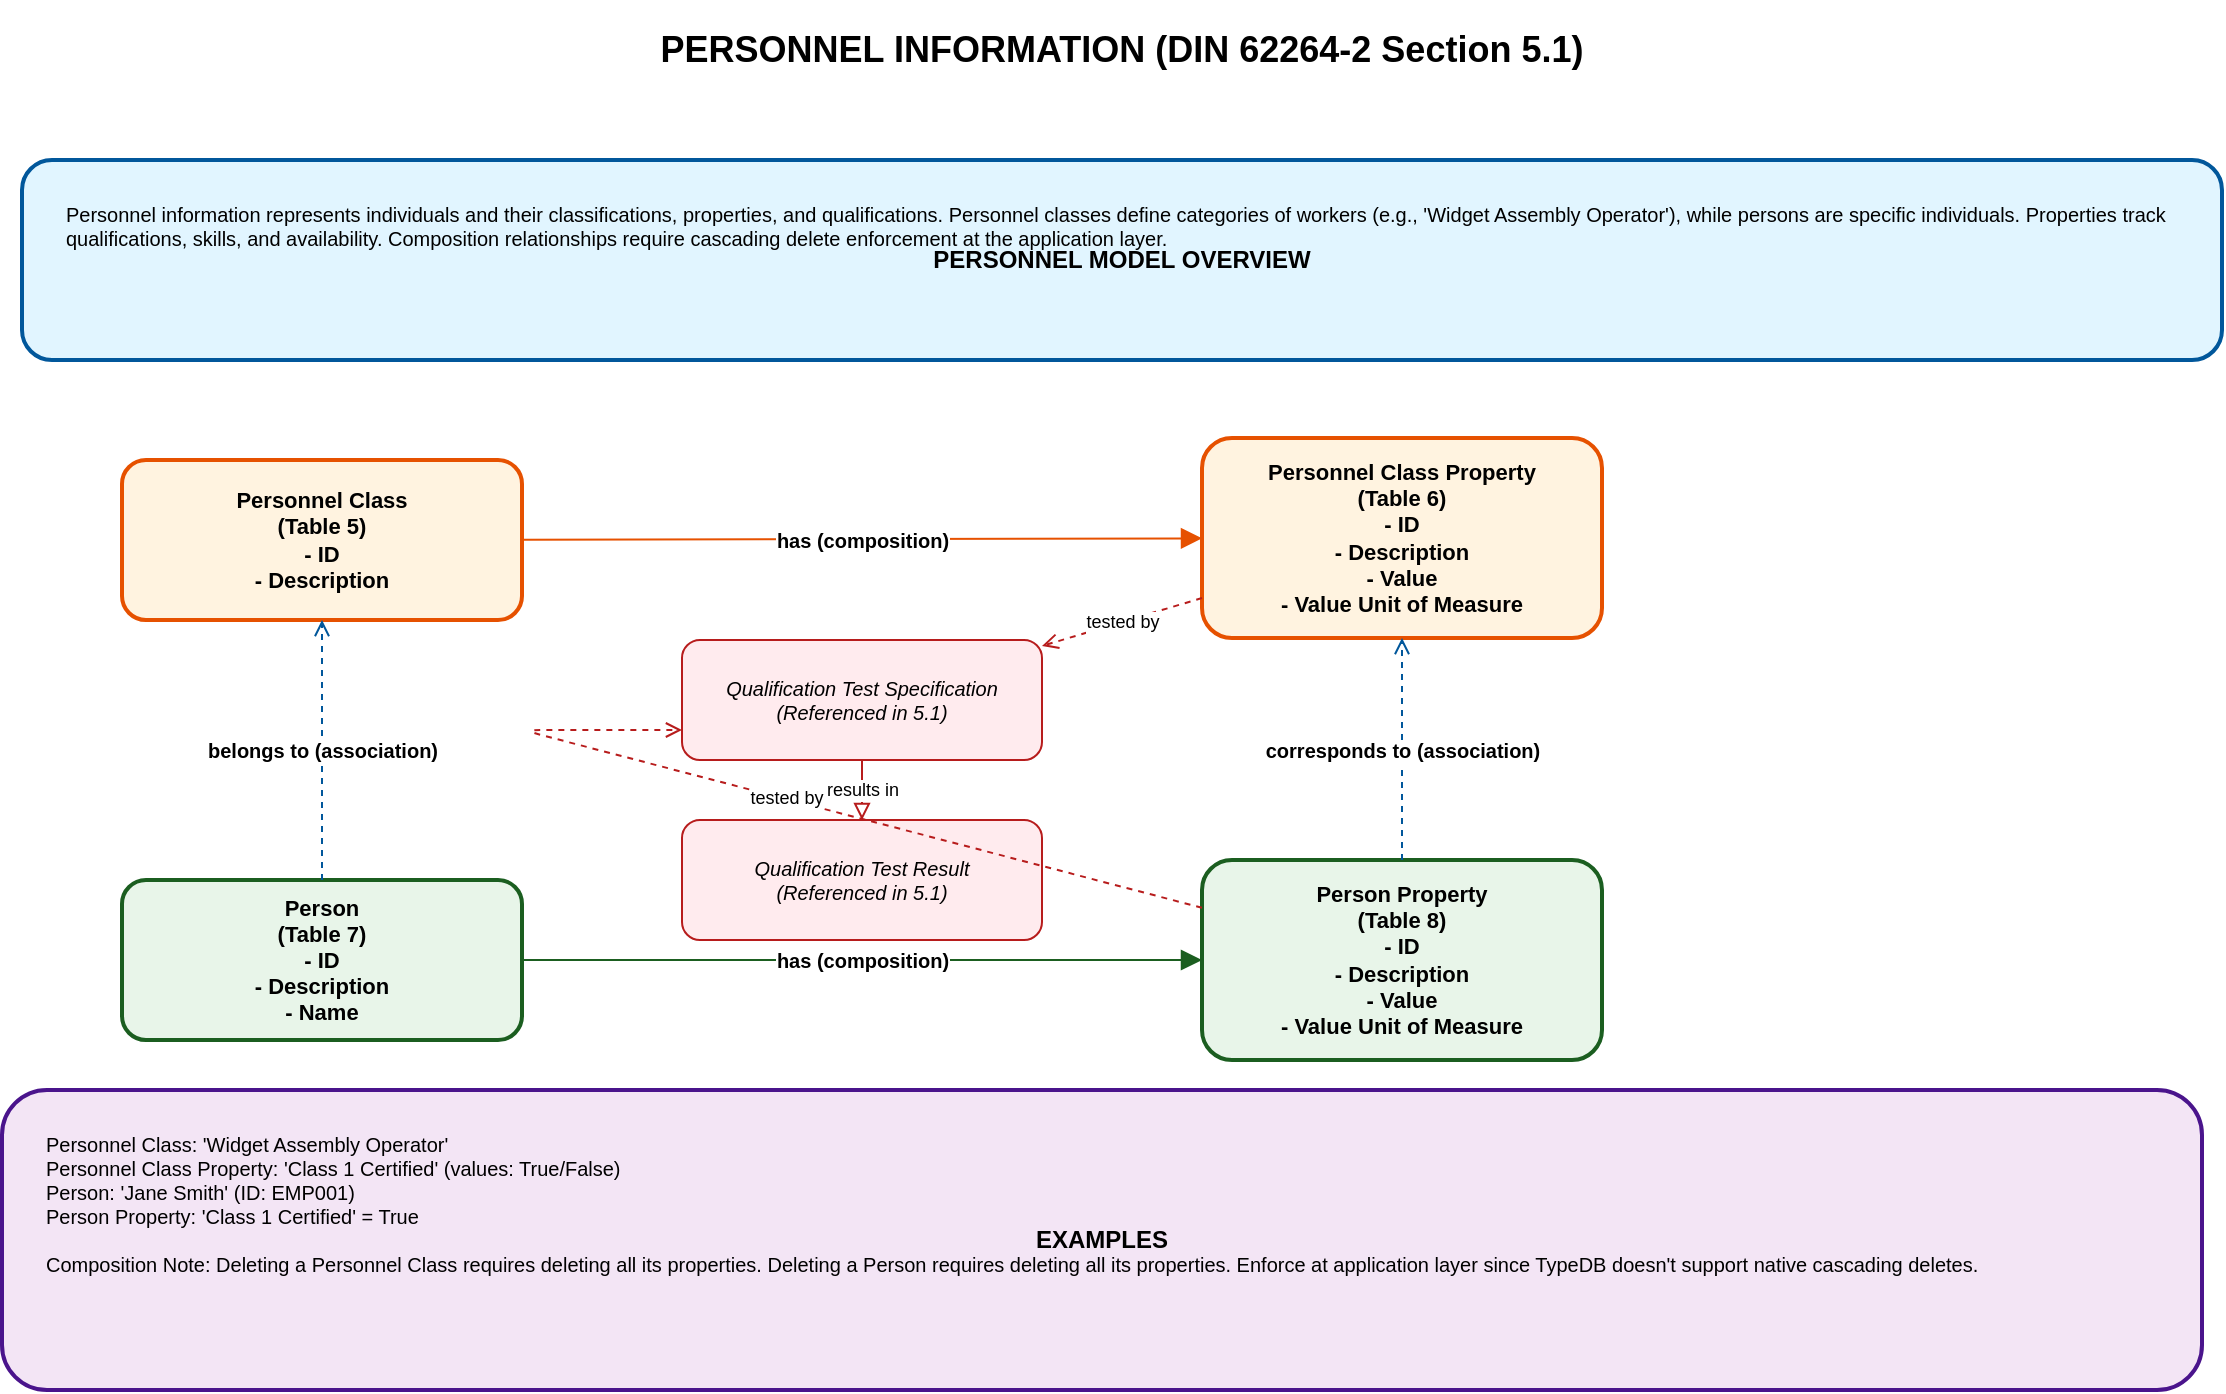
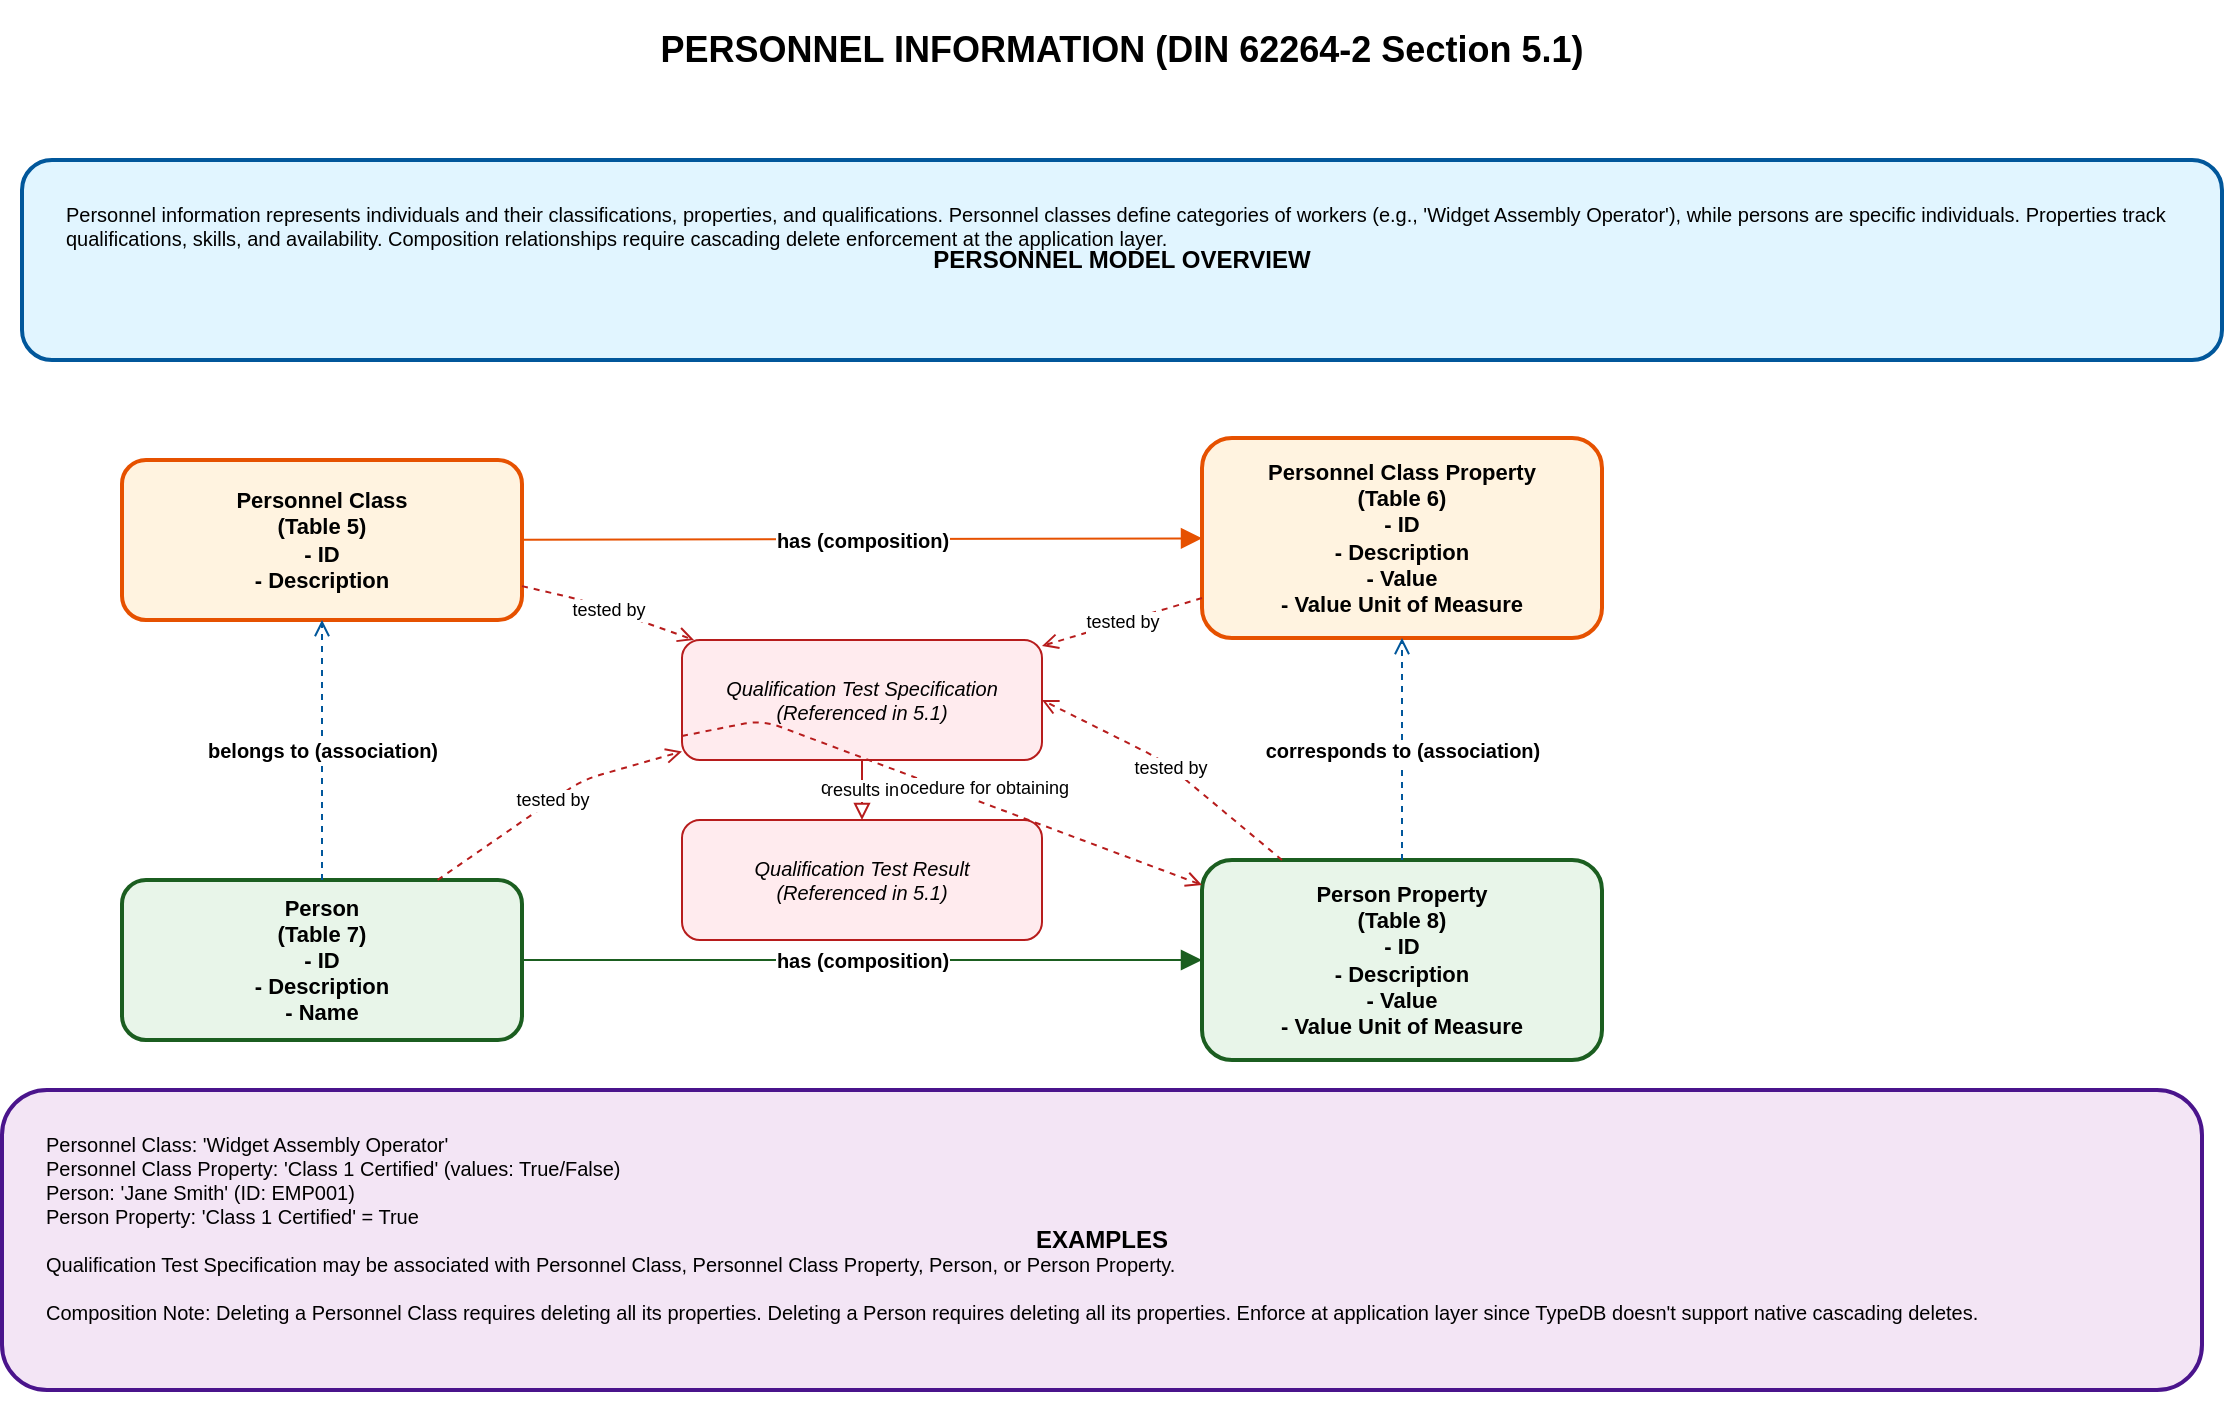
<mxfile host="65bd71144e">
    <diagram id="personnel_information" name="Personnel Information">
        <mxGraphModel dx="880" dy="396" grid="1" gridSize="10" guides="1" tooltips="1" connect="1" arrows="1" fold="1" page="1" pageScale="1" pageWidth="1200" pageHeight="1600" background="#ffffff" math="0" shadow="0">
            <root>
                <mxCell id="0"/>
                <mxCell id="1" parent="0"/>
                <mxCell id="title" value="PERSONNEL INFORMATION (DIN 62264-2 Section 5.1)" style="text;html=1;align=center;verticalAlign=middle;whiteSpace=wrap;rounded=0;fontSize=18;fontStyle=1;fillColor=none;strokeColor=none;" parent="1" vertex="1">
                    <mxGeometry x="50" y="20" width="1100" height="50" as="geometry"/>
                </mxCell>
                <mxCell id="definition_box" value="PERSONNEL MODEL OVERVIEW" style="rounded=1;whiteSpace=wrap;html=1;fillColor=#e1f5ff;strokeColor=#01579b;strokeWidth=2;fontSize=12;fontStyle=1;" parent="1" vertex="1">
                    <mxGeometry x="50" y="100" width="1100" height="100" as="geometry"/>
                </mxCell>
                <mxCell id="definition_text" value="Personnel information represents individuals and their classifications, properties, and qualifications. Personnel classes define categories of workers (e.g., &#39;Widget Assembly Operator&#39;), while persons are specific individuals. Properties track qualifications, skills, and availability. Composition relationships require cascading delete enforcement at the application layer." style="text;html=1;align=left;verticalAlign=top;whiteSpace=wrap;rounded=0;fontSize=10;fillColor=none;strokeColor=none;" parent="1" vertex="1">
                    <mxGeometry x="70" y="115" width="1060" height="80" as="geometry"/>
                </mxCell>
                <mxCell id="personnel_class" value="Personnel Class&#xa;(Table 5)&#xa;- ID&#xa;- Description" style="rounded=1;whiteSpace=wrap;html=1;fillColor=#fff3e0;strokeColor=#e65100;strokeWidth=2;fontSize=11;fontStyle=1;" parent="1" vertex="1">
                    <mxGeometry x="100" y="250" width="200" height="80" as="geometry"/>
                </mxCell>
                <mxCell id="personnel_class_prop" value="Personnel Class Property&#xa;(Table 6)&#xa;- ID&#xa;- Description&#xa;- Value&#xa;- Value Unit of Measure" style="rounded=1;whiteSpace=wrap;html=1;fillColor=#fff3e0;strokeColor=#e65100;strokeWidth=2;fontSize=11;fontStyle=1;" parent="1" vertex="1">
                    <mxGeometry x="640" y="239" width="200" height="100" as="geometry"/>
                </mxCell>
                <mxCell id="comp_arrow1" value="has (composition)" style="endArrow=block;html=1;fontSize=10;fontStyle=1;endFill=1;endSize=8;strokeColor=#e65100;" parent="1" source="personnel_class" target="personnel_class_prop" edge="1">
                    <mxGeometry width="50" height="50" relative="1" as="geometry">
                        <mxPoint x="300" y="290" as="sourcePoint"/>
                        <mxPoint x="350" y="290" as="targetPoint"/>
                    </mxGeometry>
                </mxCell>
                <mxCell id="person" value="Person&#xa;(Table 7)&#xa;- ID&#xa;- Description&#xa;- Name" style="rounded=1;whiteSpace=wrap;html=1;fillColor=#e8f5e9;strokeColor=#1b5e20;strokeWidth=2;fontSize=11;fontStyle=1;" parent="1" vertex="1">
                    <mxGeometry x="100" y="460" width="200" height="80" as="geometry"/>
                </mxCell>
                <mxCell id="person_prop" value="Person Property&#xa;(Table 8)&#xa;- ID&#xa;- Description&#xa;- Value&#xa;- Value Unit of Measure" style="rounded=1;whiteSpace=wrap;html=1;fillColor=#e8f5e9;strokeColor=#1b5e20;strokeWidth=2;fontSize=11;fontStyle=1;" parent="1" vertex="1">
                    <mxGeometry x="640" y="450" width="200" height="100" as="geometry"/>
                </mxCell>
                <mxCell id="comp_arrow2" value="has (composition)" style="endArrow=block;html=1;fontSize=10;fontStyle=1;endFill=1;endSize=8;strokeColor=#1b5e20;" parent="1" source="person" target="person_prop" edge="1">
                    <mxGeometry width="50" height="50" relative="1" as="geometry">
                        <mxPoint x="300" y="440" as="sourcePoint"/>
                        <mxPoint x="350" y="440" as="targetPoint"/>
                    </mxGeometry>
                </mxCell>
                <mxCell id="assoc_arrow1" value="belongs to (association)" style="endArrow=open;html=1;fontSize=10;fontStyle=1;dashed=1;strokeColor=#01579b;" parent="1" source="person" target="personnel_class" edge="1">
                    <mxGeometry width="50" height="50" relative="1" as="geometry">
                        <mxPoint x="200" y="400" as="sourcePoint"/>
                        <mxPoint x="200" y="330" as="targetPoint"/>
                    </mxGeometry>
                </mxCell>
                <mxCell id="assoc_arrow2" value="corresponds to (association)" style="endArrow=open;html=1;fontSize=10;fontStyle=1;dashed=1;strokeColor=#01579b;" parent="1" source="person_prop" target="personnel_class_prop" edge="1">
                    <mxGeometry width="50" height="50" relative="1" as="geometry">
                        <mxPoint x="450" y="400" as="sourcePoint"/>
                        <mxPoint x="450" y="350" as="targetPoint"/>
                    </mxGeometry>
                </mxCell>
                <mxCell id="examples_box" value="EXAMPLES" style="rounded=1;whiteSpace=wrap;html=1;fillColor=#f3e5f5;strokeColor=#4a148c;strokeWidth=2;fontSize=12;fontStyle=1;" parent="1" vertex="1">
                    <mxGeometry x="40" y="565" width="1100" height="150" as="geometry"/>
                </mxCell>
-                 <mxCell id="examples_text" value="Personnel Class: &#39;Widget Assembly Operator&#39;&#xa;Personnel Class Property: &#39;Class 1 Certified&#39; (values: True/False)&#xa;Person: &#39;Jane Smith&#39; (ID: EMP001)&#xa;Person Property: &#39;Class 1 Certified&#39; = True&#xa;&#xa;Composition Note: Deleting a Personnel Class requires deleting all its properties. Deleting a Person requires deleting all its properties. Enforce at application layer since TypeDB doesn&#39;t support native cascading deletes." style="text;html=1;align=left;verticalAlign=top;whiteSpace=wrap;rounded=0;fontSize=10;fillColor=none;strokeColor=none;" parent="1" vertex="1">
-                     <mxGeometry x="60" y="580" width="1060" height="120" as="geometry"/>
+                 <mxCell id="examples_text" value="Personnel Class: &#39;Widget Assembly Operator&#39;&#xa;Personnel Class Property: &#39;Class 1 Certified&#39; (values: True/False)&#xa;Person: &#39;Jane Smith&#39; (ID: EMP001)&#xa;Person Property: &#39;Class 1 Certified&#39; = True&#xa;&#xa;Qualification Test Specification may be associated with Personnel Class, Personnel Class Property, Person, or Person Property.&#xa;&#xa;Composition Note: Deleting a Personnel Class requires deleting all its properties. Deleting a Person requires deleting all its properties. Enforce at application layer since TypeDB doesn&#39;t support native cascading deletes." style="text;html=1;align=left;verticalAlign=top;whiteSpace=wrap;rounded=0;fontSize=10;fillColor=none;strokeColor=none;" parent="1" vertex="1">
+                     <mxGeometry x="60" y="580" width="1060" height="140" as="geometry"/>
                </mxCell>
                <mxCell id="qual_test_spec" value="Qualification Test Specification&#xa;(Referenced in 5.1)" style="rounded=1;whiteSpace=wrap;html=1;fillColor=#ffebee;strokeColor=#b71c1c;strokeWidth=1;fontSize=10;fontStyle=2;" parent="1" vertex="1">
                    <mxGeometry x="380" y="340" width="180" height="60" as="geometry"/>
                </mxCell>
                <mxCell id="qual_test_result" value="Qualification Test Result&#xa;(Referenced in 5.1)" style="rounded=1;whiteSpace=wrap;html=1;fillColor=#ffebee;strokeColor=#b71c1c;strokeWidth=1;fontSize=10;fontStyle=2;" parent="1" vertex="1">
                    <mxGeometry x="380" y="430" width="180" height="60" as="geometry"/>
                </mxCell>
                <mxCell id="qual_arrow1" value="tested by" style="endArrow=open;html=1;fontSize=9;dashed=1;strokeColor=#b71c1c;" parent="1" source="personnel_class_prop" target="qual_test_spec" edge="1">
                    <mxGeometry width="50" height="50" relative="1" as="geometry">
                        <mxPoint x="550" y="280" as="sourcePoint"/>
                        <mxPoint x="650" y="280" as="targetPoint"/>
                    </mxGeometry>
                </mxCell>
-                 <mxCell id="qual_arrow2" value="tested by" style="endArrow=open;html=1;fontSize=9;dashed=1;strokeColor=#b71c1c;entryX=0;entryY=0.75;entryDx=0;entryDy=0;" parent="1" source="person_prop" target="qual_test_spec" edge="1">
+                 <mxCell id="qual_arrow2" value="tested by" style="endArrow=open;html=1;fontSize=9;dashed=1;strokeColor=#b71c1c;entryX=1;entryY=0.5;entryDx=0;entryDy=0;" parent="1" source="person_prop" target="qual_test_spec" edge="1">
                    <mxGeometry width="50" height="50" relative="1" as="geometry">
                        <mxPoint x="300" y="420" as="sourcePoint"/>
                        <mxPoint x="650" y="420" as="targetPoint"/>
                        <Array as="points">
-                             <mxPoint x="300" y="385"/>
+                             <mxPoint x="620" y="400"/>
+                         </Array>
+                     </mxGeometry>
+                 </mxCell>
+                 <mxCell id="qual_arrow2b" value="defines procedure for obtaining" style="endArrow=open;html=1;fontSize=9;dashed=1;strokeColor=#b71c1c;" parent="1" source="qual_test_spec" target="person_prop" edge="1">
+                     <mxGeometry width="50" height="50" relative="1" as="geometry">
+                         <mxPoint x="520" y="355" as="sourcePoint"/>
+                         <mxPoint x="350" y="420" as="targetPoint"/>
+                         <Array as="points">
+                             <mxPoint x="420" y="380"/>
+                         </Array>
+                     </mxGeometry>
+                 </mxCell>
+                 <mxCell id="qual_arrow2c" value="tested by" style="endArrow=open;html=1;fontSize=9;dashed=1;strokeColor=#b71c1c;" parent="1" source="person" target="qual_test_spec" edge="1">
+                     <mxGeometry width="50" height="50" relative="1" as="geometry">
+                         <mxPoint x="220" y="430" as="sourcePoint"/>
+                         <mxPoint x="420" y="360" as="targetPoint"/>
+                         <Array as="points">
+                             <mxPoint x="330" y="410"/>
+                         </Array>
+                     </mxGeometry>
+                 </mxCell>
+                 <mxCell id="qual_arrow2d" value="tested by" style="endArrow=open;html=1;fontSize=9;dashed=1;strokeColor=#b71c1c;" parent="1" source="personnel_class" target="qual_test_spec" edge="1">
+                     <mxGeometry width="50" height="50" relative="1" as="geometry">
+                         <mxPoint x="220" y="290" as="sourcePoint"/>
+                         <mxPoint x="420" y="360" as="targetPoint"/>
+                         <Array as="points">
+                             <mxPoint x="330" y="320"/>
                        </Array>
                    </mxGeometry>
                </mxCell>
                <mxCell id="qual_arrow3" value="results in" style="endArrow=block;html=1;fontSize=9;endFill=0;strokeColor=#b71c1c;" parent="1" source="qual_test_spec" target="qual_test_result" edge="1">
                    <mxGeometry width="50" height="50" relative="1" as="geometry">
                        <mxPoint x="740" y="310" as="sourcePoint"/>
                        <mxPoint x="740" y="330" as="targetPoint"/>
                    </mxGeometry>
                </mxCell>
            </root>
        </mxGraphModel>
    </diagram>
</mxfile>